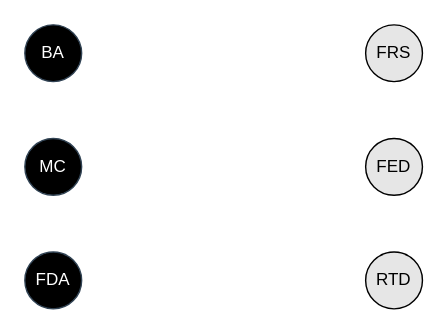
Earlier version of the draw.io diagram Assignments/Final Project/3. Infrastructure T-G/Models/TGModel.drawio (mattwhitesides/CS6600-CompSec). Source tidied: cells renumbered, new cells numbered last; positions are measured from the earlier drawing's top-left corner, leaving out a move shared by most shapes. Both pictures are drawn from the tidied source at 142%, with x=0, y=0 at pixel (24, 24).
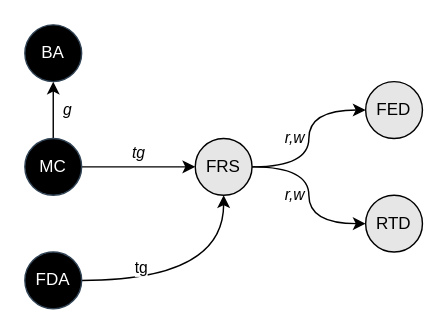
After the change.

Change to the diagram source:
```diff
@@
 <mxGraphModel>
   <root>
     <mxCell id="0" />
     <mxCell id="1" parent="0" />
     <mxCell id="2" value="BA" style="ellipse;whiteSpace=wrap;html=1;fillColor=#000000;strokeColor=#314354;fontColor=#ffffff;" parent="1" vertex="1">
       <mxGeometry width="40" height="40" as="geometry" />
     </mxCell>
+    <mxCell id="8" value="&lt;i&gt;tg&lt;/i&gt;" style="edgeStyle=orthogonalEdgeStyle;jettySize=auto;html=1;exitX=1;exitY=0.5;exitDx=0;exitDy=0;entryX=0;entryY=0.5;entryDx=0;entryDy=0;curved=1;" parent="1" edge="1" source="3" target="5">
+      <mxGeometry y="10" relative="1" as="geometry" />
+    </mxCell>
+    <mxCell id="9" value="&lt;i&gt;g&lt;/i&gt;" style="edgeStyle=orthogonalEdgeStyle;curved=1;jettySize=auto;html=1;exitX=0.5;exitY=0;exitDx=0;exitDy=0;entryX=0.5;entryY=1;entryDx=0;entryDy=0;" parent="1" edge="1" source="3" target="2">
+      <mxGeometry y="-10" relative="1" as="geometry" />
+    </mxCell>
     <mxCell id="3" value="MC" style="ellipse;whiteSpace=wrap;html=1;fillColor=#000000;strokeColor=#314354;fontColor=#ffffff;" parent="1" vertex="1">
       <mxGeometry y="80" width="40" height="40" as="geometry" />
     </mxCell>
+    <mxCell id="10" style="edgeStyle=orthogonalEdgeStyle;jettySize=auto;html=1;exitX=1;exitY=0.5;exitDx=0;exitDy=0;entryX=0.5;entryY=1;entryDx=0;entryDy=0;curved=1;" parent="1" edge="1" source="4" target="5">
+      <mxGeometry relative="1" as="geometry" />
+    </mxCell>
+    <mxCell id="11" value="tg" style="edgeLabel;html=1;align=center;verticalAlign=middle;" parent="10" vertex="1">
+      <mxGeometry x="-0.08" y="13" relative="1" as="geometry">
+        <mxPoint x="-33" y="3" as="offset" />
+      </mxGeometry>
+    </mxCell>
     <mxCell id="4" value="FDA" style="ellipse;whiteSpace=wrap;html=1;fillColor=#000000;strokeColor=#314354;fontColor=#ffffff;" parent="1" vertex="1">
       <mxGeometry y="160" width="40" height="40" as="geometry" />
     </mxCell>
+    <mxCell id="12" value="&lt;i&gt;r,w&lt;/i&gt;" style="edgeStyle=orthogonalEdgeStyle;curved=1;jettySize=auto;html=1;exitX=1;exitY=0.5;exitDx=0;exitDy=0;entryX=0;entryY=0.5;entryDx=0;entryDy=0;" parent="1" edge="1" source="5" target="7">
+      <mxGeometry y="-10" relative="1" as="geometry" />
+    </mxCell>
+    <mxCell id="13" value="&lt;i&gt;r,w&lt;/i&gt;" style="edgeStyle=orthogonalEdgeStyle;curved=1;jettySize=auto;html=1;exitX=1;exitY=0.5;exitDx=0;exitDy=0;entryX=0;entryY=0.5;entryDx=0;entryDy=0;" parent="1" edge="1" source="5" target="6">
+      <mxGeometry y="10" relative="1" as="geometry" />
+    </mxCell>
     <mxCell id="5" value="FRS" style="ellipse;whiteSpace=wrap;html=1;fillColor=#E6E6E6;" parent="1" vertex="1">
-      <mxGeometry x="240" width="40" height="40" as="geometry" />
+      <mxGeometry x="120" y="80" width="40" height="40" as="geometry" />
     </mxCell>
     <mxCell id="6" value="FED" style="ellipse;whiteSpace=wrap;html=1;fillColor=#E6E6E6;" parent="1" vertex="1">
-      <mxGeometry x="240" y="80" width="40" height="40" as="geometry" />
+      <mxGeometry x="240" y="40" width="40" height="40" as="geometry" />
     </mxCell>
     <mxCell id="7" value="RTD" style="ellipse;whiteSpace=wrap;html=1;fillColor=#E6E6E6;" parent="1" vertex="1">
-      <mxGeometry x="240" y="160" width="40" height="40" as="geometry" />
+      <mxGeometry x="240" y="120" width="40" height="40" as="geometry" />
     </mxCell>
   </root>
 </mxGraphModel>
```
